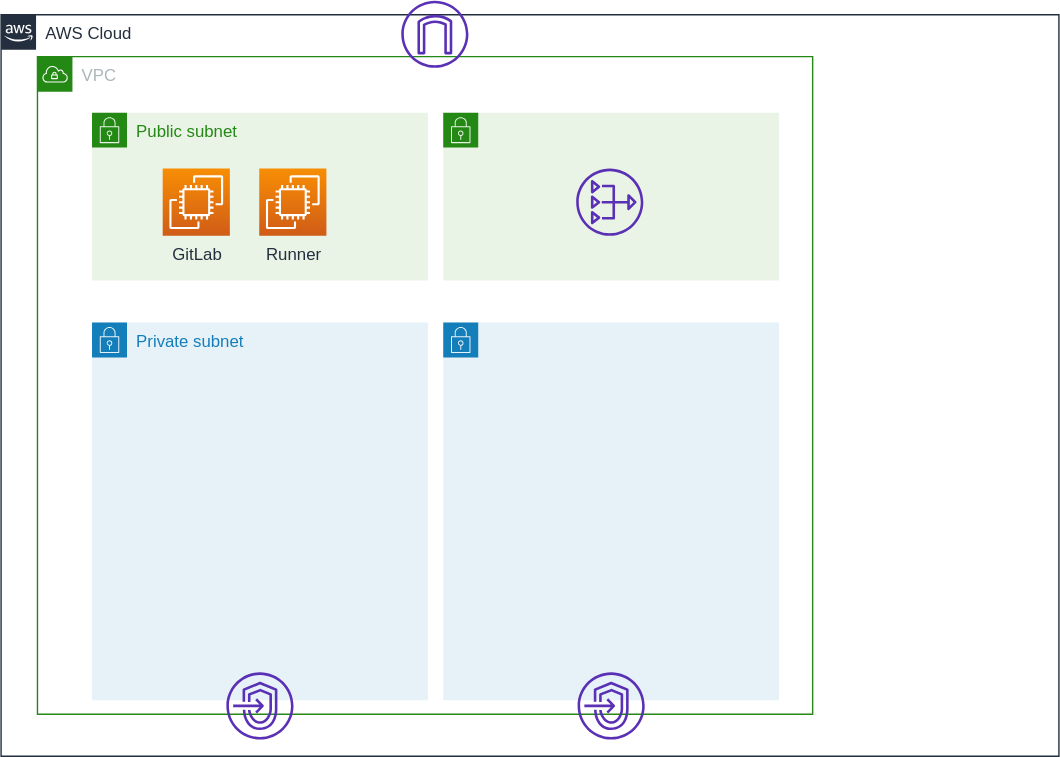
Above: documents/images/use-runner.svg in moriryota62/ecs-cicd (draw.io), before the change. Source tidied: cells renumbered, new cells last; positions are measured from the earlier drawing's top-left corner, leaving out a move shared by most shapes.
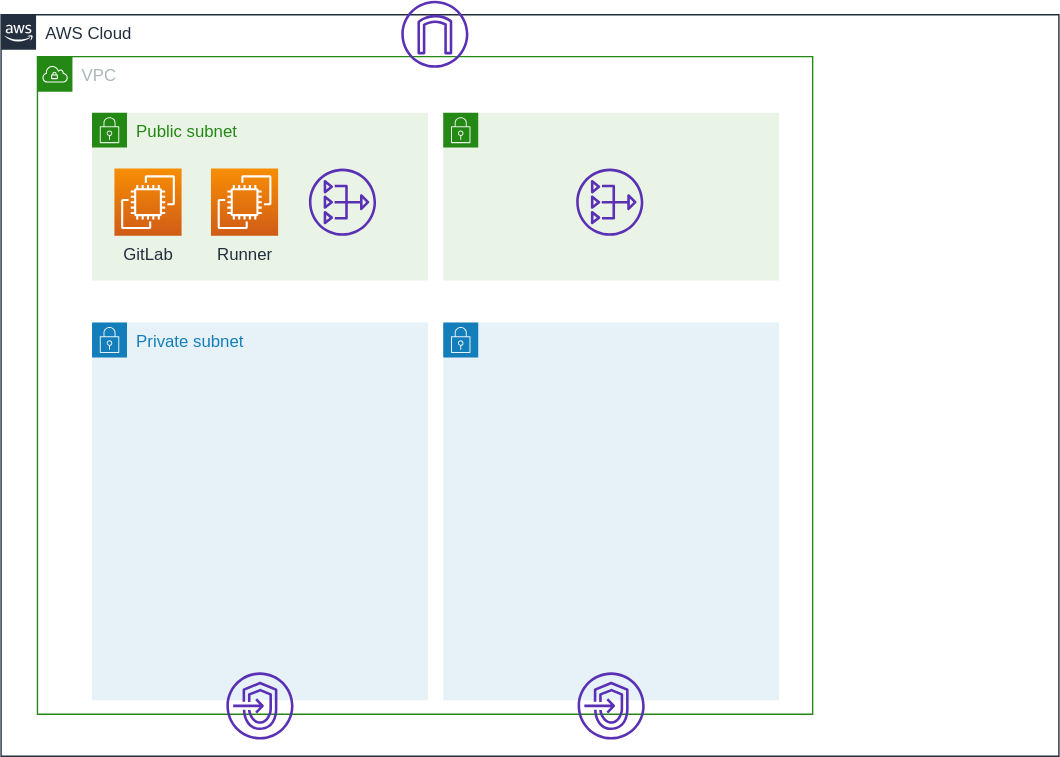
Above is the later version.

What changed in the source:
```diff
@@ -15,10 +15,10 @@
       <mxGeometry x="316" y="80" width="240" height="120" as="geometry" />
     </mxCell>
     <mxCell id="6" value="GitLab" style="fontColor=#232F3E;gradientColor=#F78E04;gradientDirection=north;fillColor=#D05C17;strokeColor=#ffffff;dashed=0;verticalLabelPosition=bottom;verticalAlign=top;align=center;html=1;fontSize=12;fontStyle=0;shape=mxgraph.aws4.resourceIcon;resIcon=mxgraph.aws4.ec2;" parent="1" vertex="1">
-      <mxGeometry x="115.5" y="120" width="48" height="48" as="geometry" />
+      <mxGeometry x="81" y="120" width="48" height="48" as="geometry" />
     </mxCell>
     <mxCell id="7" value="Runner" style="fontColor=#232F3E;gradientColor=#F78E04;gradientDirection=north;fillColor=#D05C17;strokeColor=#ffffff;dashed=0;verticalLabelPosition=bottom;verticalAlign=top;align=center;html=1;fontSize=12;fontStyle=0;shape=mxgraph.aws4.resourceIcon;resIcon=mxgraph.aws4.ec2;" parent="1" vertex="1">
-      <mxGeometry x="184.5" y="120" width="48" height="48" as="geometry" />
+      <mxGeometry x="150" y="120" width="48" height="48" as="geometry" />
     </mxCell>
     <mxCell id="8" style="fontColor=#232F3E;gradientColor=none;fillColor=#5A30B5;strokeColor=none;dashed=0;verticalLabelPosition=bottom;verticalAlign=top;align=center;html=1;fontSize=12;fontStyle=0;shape=mxgraph.aws4.internet_gateway;" parent="1" vertex="1">
       <mxGeometry x="286" width="48" height="48" as="geometry" />
@@ -38,5 +38,8 @@
     <mxCell id="13" style="fontColor=#232F3E;gradientColor=none;fillColor=#5A30B5;strokeColor=none;dashed=0;verticalLabelPosition=bottom;verticalAlign=top;align=center;html=1;fontSize=12;fontStyle=0;shape=mxgraph.aws4.endpoints;" parent="1" vertex="1">
       <mxGeometry x="412" y="480" width="48" height="48" as="geometry" />
     </mxCell>
+    <mxCell id="14" style="fontColor=#232F3E;gradientColor=none;fillColor=#5A30B5;strokeColor=none;dashed=0;verticalLabelPosition=bottom;verticalAlign=top;align=center;html=1;fontSize=12;fontStyle=0;shape=mxgraph.aws4.nat_gateway;" parent="1" vertex="1">
+      <mxGeometry x="220" y="120" width="48" height="48" as="geometry" />
+    </mxCell>
   </root>
 </mxGraphModel>
```
